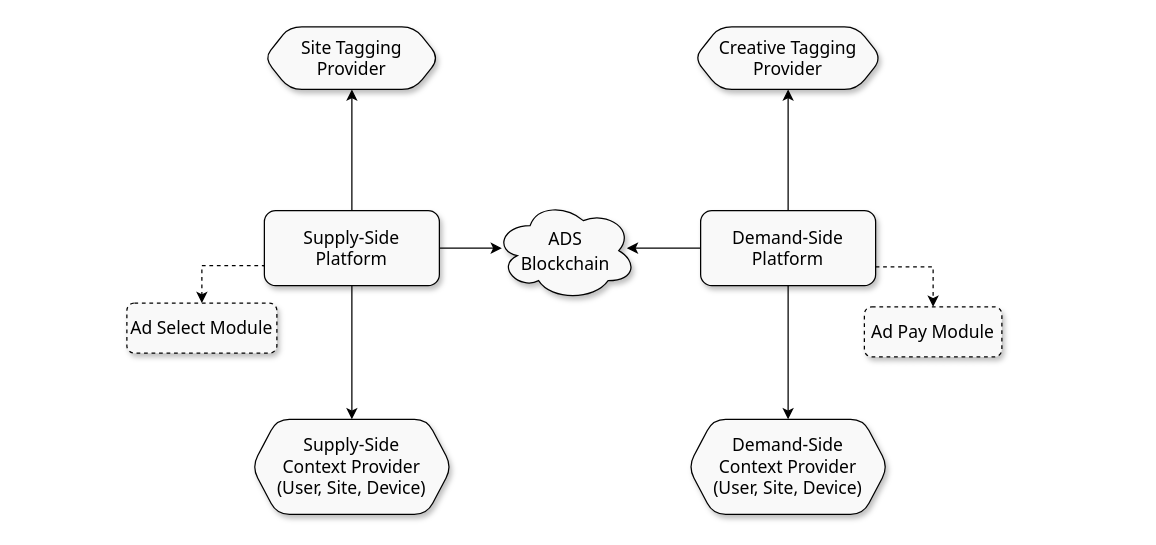
Earlier version of the draw.io diagram protocol/index.drawio (adshares/adshares-docs). Source tidied: cells renumbered, new cells numbered last; positions are measured from the earlier drawing's top-left corner, leaving out a move shared by most shapes. Both pictures are drawn from the tidied source at 125%, with x=0, y=0 at pixel (126, 26).
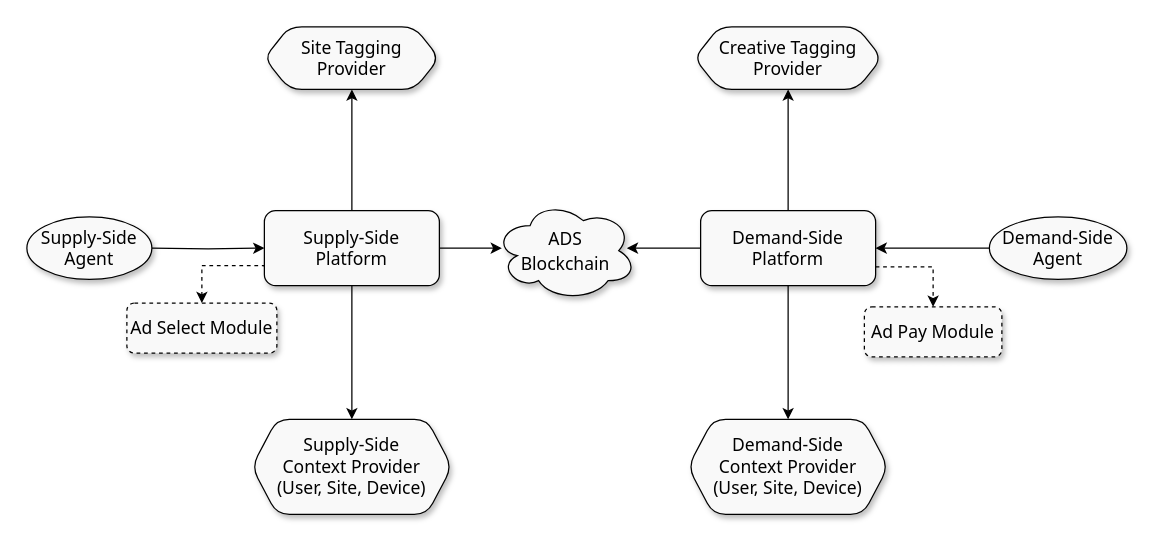
After the change.

Diff of the diagram source:
```diff
@@
+    <mxCell id="19" style="edgeStyle=orthogonalEdgeStyle;rounded=0;jettySize=auto;html=1;entryX=1;entryY=0.5;entryDx=0;entryDy=0;startArrow=classic;startFill=1;endArrow=none;endFill=0;fontColor=#000000;strokeColor=#000000;shadow=0;" parent="1" edge="1" target="20">
+      <mxGeometry relative="1" as="geometry">
+        <mxPoint x="110" y="177" as="sourcePoint" />
+      </mxGeometry>
+    </mxCell>
+    <mxCell id="20" value="&lt;span style=&quot;font-family: &amp;quot;HCo Gotham&amp;quot;, system-ui, -apple-system, &amp;quot;Segoe UI&amp;quot;, Roboto, &amp;quot;Helvetica Neue&amp;quot;, Arial, &amp;quot;Noto Sans&amp;quot;, &amp;quot;Liberation Sans&amp;quot;, sans-serif, &amp;quot;Apple Color Emoji&amp;quot;, &amp;quot;Segoe UI Emoji&amp;quot;, &amp;quot;Segoe UI Symbol&amp;quot;, &amp;quot;Noto Color Emoji&amp;quot;; text-align: start;&quot;&gt;&lt;font style=&quot;font-size: 14px;&quot;&gt;Supply-Side Agent&lt;/font&gt;&lt;/span&gt;" style="ellipse;whiteSpace=wrap;html=1;fontColor=#000000;strokeColor=#000000;shadow=1;fillColor=#F9F9F9;" parent="1" vertex="1">
+      <mxGeometry x="-80" y="152" width="100" height="50" as="geometry" />
+    </mxCell>
+    <mxCell id="21" style="edgeStyle=orthogonalEdgeStyle;rounded=0;jettySize=auto;html=1;entryX=1;entryY=0.5;entryDx=0;entryDy=0;fontColor=#000000;strokeColor=#000000;shadow=0;" parent="1" edge="1" source="22">
+      <mxGeometry relative="1" as="geometry">
+        <mxPoint x="599" y="177" as="targetPoint" />
+      </mxGeometry>
+    </mxCell>
+    <mxCell id="22" value="&lt;span style=&quot;border-color: var(--border-color); font-family: &amp;quot;HCo Gotham&amp;quot;, system-ui, -apple-system, &amp;quot;Segoe UI&amp;quot;, Roboto, &amp;quot;Helvetica Neue&amp;quot;, Arial, &amp;quot;Noto Sans&amp;quot;, &amp;quot;Liberation Sans&amp;quot;, sans-serif, &amp;quot;Apple Color Emoji&amp;quot;, &amp;quot;Segoe UI Emoji&amp;quot;, &amp;quot;Segoe UI Symbol&amp;quot;, &amp;quot;Noto Color Emoji&amp;quot;; text-align: start;&quot;&gt;&lt;font style=&quot;border-color: var(--border-color); font-size: 14px;&quot;&gt;Demand-Side Agent&lt;/font&gt;&lt;/span&gt;" style="ellipse;whiteSpace=wrap;html=1;fontColor=#000000;strokeColor=#000000;shadow=1;fillColor=#F9F9F9;" parent="1" vertex="1">
+      <mxGeometry x="690" y="152" width="110" height="50" as="geometry" />
+    </mxCell>
```
